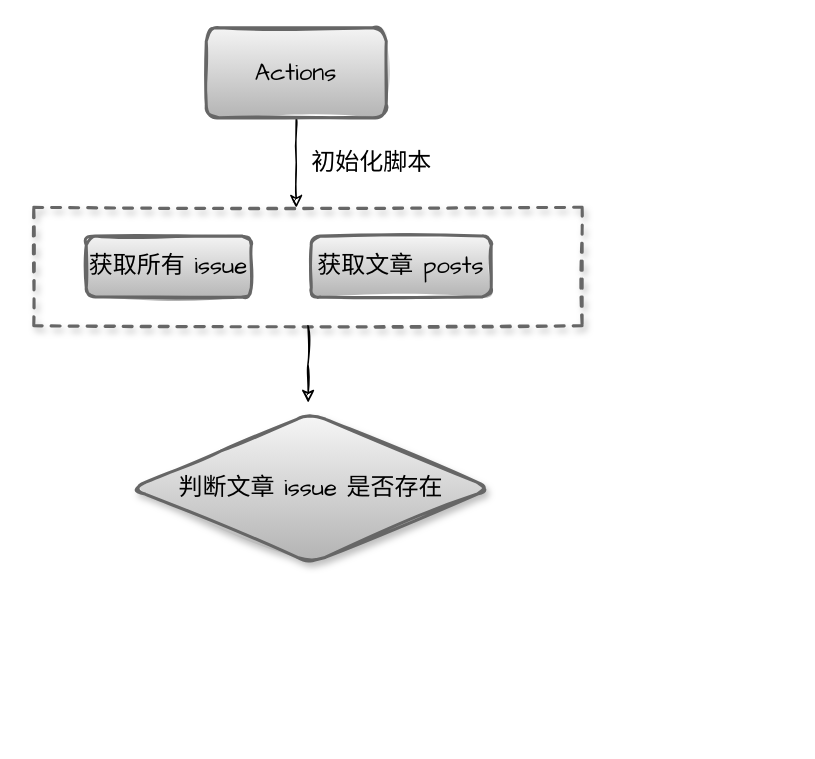
The draw.io diagram page "gitalk init issue" (4 of 4) of Untitled Diagram.drawio in xiaobinqt/diagrmas, before the edit. Source tidied: cells renumbered, new cells numbered last; positions are measured from the earlier drawing's top-left corner, leaving out a move shared by most shapes. Both pictures are drawn from the tidied source at 150%, with x=0, y=0 at pixel (33, 27).
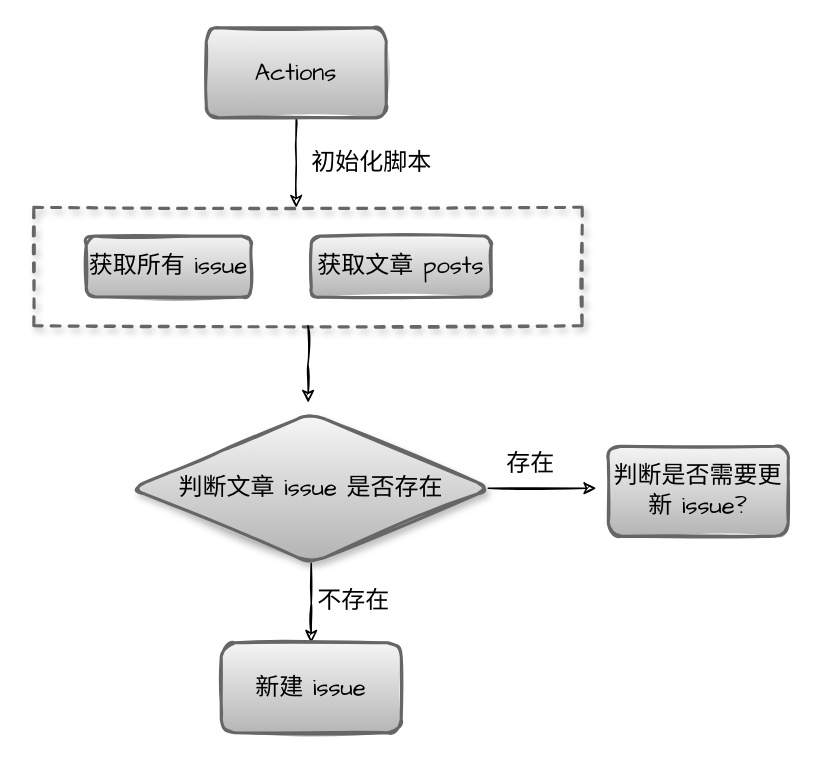
After the change.

What changed in the source:
```diff
@@
 <mxGraphModel>
   <root>
     <mxCell id="0" />
     <mxCell id="1" parent="0" />
     <mxCell id="2" style="edgeStyle=orthogonalEdgeStyle;rounded=0;jettySize=auto;html=1;exitX=0.5;exitY=1;exitDx=0;exitDy=0;fontFamily=Comic Sans MS;fontSize=16;sketch=1;" parent="1" edge="1" source="3">
       <mxGeometry relative="1" as="geometry">
         <mxPoint x="175" y="120" as="targetPoint" />
       </mxGeometry>
     </mxCell>
     <mxCell id="3" value="Actions" style="rounded=1;whiteSpace=wrap;html=1;fillColor=#f5f5f5;strokeColor=#666666;strokeWidth=2;perimeterSpacing=0;comic=0;shadow=0;sketch=1;gradientColor=#b3b3b3;fontSize=16;fontFamily=Comic Sans MS;" parent="1" vertex="1">
       <mxGeometry x="115" width="120" height="60" as="geometry" />
     </mxCell>
     <mxCell id="4" value="初始化脚本" style="text;html=1;align=center;verticalAlign=middle;strokeColor=none;fillColor=none;fontSize=16;fontFamily=Comic Sans MS;shadow=1;comic=0;" parent="1" vertex="1">
       <mxGeometry x="175" y="80" width="100" height="20" as="geometry" />
     </mxCell>
     <mxCell id="5" style="group;" parent="1" vertex="1">
       <mxGeometry x="35" y="138.9" width="330.6" height="71.1" as="geometry" />
     </mxCell>
     <mxCell id="6" value="获取所有 issue" style="rounded=1;whiteSpace=wrap;html=1;fillColor=#f5f5f5;strokeColor=#666666;strokeWidth=2;perimeterSpacing=0;comic=0;shadow=0;sketch=1;gradientColor=#b3b3b3;fontSize=16;fontFamily=Comic Sans MS;" parent="5" vertex="1">
       <mxGeometry width="110" height="40.6" as="geometry" />
     </mxCell>
     <mxCell id="7" value="获取文章 posts" style="rounded=1;whiteSpace=wrap;html=1;fillColor=#f5f5f5;strokeColor=#666666;strokeWidth=2;perimeterSpacing=0;comic=0;shadow=0;sketch=1;gradientColor=#b3b3b3;fontSize=16;fontFamily=Comic Sans MS;" parent="5" vertex="1">
       <mxGeometry x="150" width="120" height="40.6" as="geometry" />
     </mxCell>
     <mxCell id="8" style="rounded=0;whiteSpace=wrap;html=1;shadow=1;comic=0;sketch=1;fontFamily=Comic Sans MS;fontSize=16;strokeWidth=2;strokeOpacity=100;fillOpacity=0;fillColor=#f5f5f5;gradientColor=#b3b3b3;strokeColor=#666666;dashed=1;" parent="5" vertex="1">
       <mxGeometry x="-35" y="-19.2" width="365.6" height="79" as="geometry" />
     </mxCell>
     <mxCell id="9" style="edgeStyle=orthogonalEdgeStyle;rounded=0;sketch=1;jettySize=auto;html=1;exitX=0.5;exitY=1;exitDx=0;exitDy=0;fontFamily=Comic Sans MS;fontSize=16;" parent="1" edge="1" source="8">
       <mxGeometry relative="1" as="geometry">
         <mxPoint x="183" y="250" as="targetPoint" />
       </mxGeometry>
     </mxCell>
+    <mxCell id="11" style="edgeStyle=orthogonalEdgeStyle;rounded=0;jettySize=auto;html=1;exitX=0.5;exitY=1;exitDx=0;exitDy=0;sketch=1;" parent="1" edge="1" source="10">
+      <mxGeometry relative="1" as="geometry">
+        <mxPoint x="185" y="410" as="targetPoint" />
+      </mxGeometry>
+    </mxCell>
+    <mxCell id="12" style="edgeStyle=orthogonalEdgeStyle;rounded=0;orthogonalLoop=1;jettySize=auto;html=1;exitX=1;exitY=0.5;exitDx=0;exitDy=0;fontSize=16;sketch=1;" parent="1" edge="1">
+      <mxGeometry relative="1" as="geometry">
+        <mxPoint x="303" y="307" as="sourcePoint" />
+        <mxPoint x="375" y="307" as="targetPoint" />
+      </mxGeometry>
+    </mxCell>
     <mxCell id="10" value="&lt;span&gt;判断文章 issue 是否存在&lt;/span&gt;" style="rhombus;whiteSpace=wrap;html=1;rounded=1;shadow=1;comic=0;sketch=1;fontFamily=Comic Sans MS;fontSize=16;strokeColor=#666666;strokeWidth=2;gradientColor=#b3b3b3;fillColor=#f5f5f5;" parent="1" vertex="1">
       <mxGeometry x="65" y="257" width="240" height="100" as="geometry" />
     </mxCell>
+    <mxCell id="13" value="不存在" style="text;html=1;align=center;verticalAlign=middle;strokeColor=none;fillColor=none;fontSize=16;" parent="1" vertex="1">
+      <mxGeometry x="183" y="371" width="60" height="20" as="geometry" />
+    </mxCell>
+    <mxCell id="14" value="新建 issue" style="rounded=1;whiteSpace=wrap;html=1;fillColor=#f5f5f5;strokeColor=#666666;strokeWidth=2;perimeterSpacing=0;comic=0;shadow=0;sketch=1;gradientColor=#b3b3b3;fontSize=16;fontFamily=Comic Sans MS;" parent="1" vertex="1">
+      <mxGeometry x="125" y="410" width="120" height="60" as="geometry" />
+    </mxCell>
+    <mxCell id="15" value="存在" style="text;html=1;align=center;verticalAlign=middle;strokeColor=none;fillColor=none;fontSize=16;" parent="1" vertex="1">
+      <mxGeometry x="306" y="280" width="50" height="20" as="geometry" />
+    </mxCell>
+    <mxCell id="16" value="判断是否需要更新 issue?" style="rounded=1;whiteSpace=wrap;html=1;fillColor=#f5f5f5;strokeColor=#666666;strokeWidth=2;perimeterSpacing=0;comic=0;shadow=0;sketch=1;gradientColor=#b3b3b3;fontSize=16;fontFamily=Comic Sans MS;" parent="1" vertex="1">
+      <mxGeometry x="383" y="279" width="120" height="60" as="geometry" />
+    </mxCell>
   </root>
 </mxGraphModel>
```
